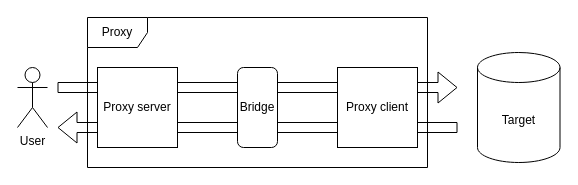
The draw.io diagram src/site/resources/images/usecase_diagram.drawio in Bernardo-MG/reactor-netty-tcp-proxy-example, before the edit. Source tidied: cells renumbered, new cells numbered last; positions are measured from the earlier drawing's top-left corner, leaving out a move shared by most shapes. Both pictures are drawn from the tidied source at 100%, with x=0, y=0 at pixel (17, 17).
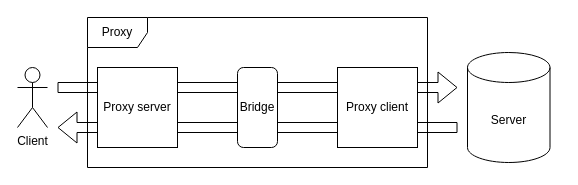
The same page after the edit.

Diff of the diagram source:
```diff
@@
 <mxGraphModel>
   <root>
     <mxCell id="0" />
     <mxCell id="1" parent="0" />
     <mxCell id="2" value="Proxy" style="shape=umlFrame;whiteSpace=wrap;html=1;" parent="1" vertex="1">
       <mxGeometry x="70" width="340" height="150" as="geometry" />
     </mxCell>
-    <mxCell id="3" value="User" style="shape=umlActor;verticalLabelPosition=bottom;verticalAlign=top;html=1;" parent="1" vertex="1">
+    <mxCell id="3" value="Client" style="shape=umlActor;verticalLabelPosition=bottom;verticalAlign=top;html=1;" parent="1" vertex="1">
       <mxGeometry y="50" width="30" height="60" as="geometry" />
     </mxCell>
     <mxCell id="4" style="shape=flexArrow;endArrow=classic;html=1;rounded=0;" parent="1" edge="1">
       <mxGeometry relative="1" as="geometry">
         <mxPoint x="40" y="70" as="sourcePoint" />
         <mxPoint x="440" y="70" as="targetPoint" />
       </mxGeometry>
     </mxCell>
     <mxCell id="5" style="shape=flexArrow;endArrow=classic;html=1;rounded=0;" parent="1" edge="1">
       <mxGeometry relative="1" as="geometry">
         <mxPoint x="440" y="110" as="sourcePoint" />
         <mxPoint x="40" y="110" as="targetPoint" />
       </mxGeometry>
     </mxCell>
-    <mxCell id="6" value="Target" style="shape=cylinder3;whiteSpace=wrap;html=1;boundedLbl=1;backgroundOutline=1;size=15;" parent="1" vertex="1">
-      <mxGeometry x="460" y="35" width="82.5" height="110" as="geometry" />
+    <mxCell id="6" value="Server" style="shape=cylinder3;whiteSpace=wrap;html=1;boundedLbl=1;backgroundOutline=1;size=15;" parent="1" vertex="1">
+      <mxGeometry x="450" y="35" width="82.5" height="110" as="geometry" />
     </mxCell>
     <mxCell id="7" value="Proxy server" style="rounded=0;whiteSpace=wrap;html=1;" parent="1" vertex="1">
       <mxGeometry x="80" y="50" width="80" height="80" as="geometry" />
     </mxCell>
     <mxCell id="8" value="Proxy client" style="rounded=0;whiteSpace=wrap;html=1;" parent="1" vertex="1">
       <mxGeometry x="320" y="50" width="80" height="80" as="geometry" />
     </mxCell>
     <mxCell id="9" value="Bridge" style="rounded=1;whiteSpace=wrap;html=1;" parent="1" vertex="1">
       <mxGeometry x="220" y="50" width="40" height="80" as="geometry" />
     </mxCell>
   </root>
 </mxGraphModel>
```
